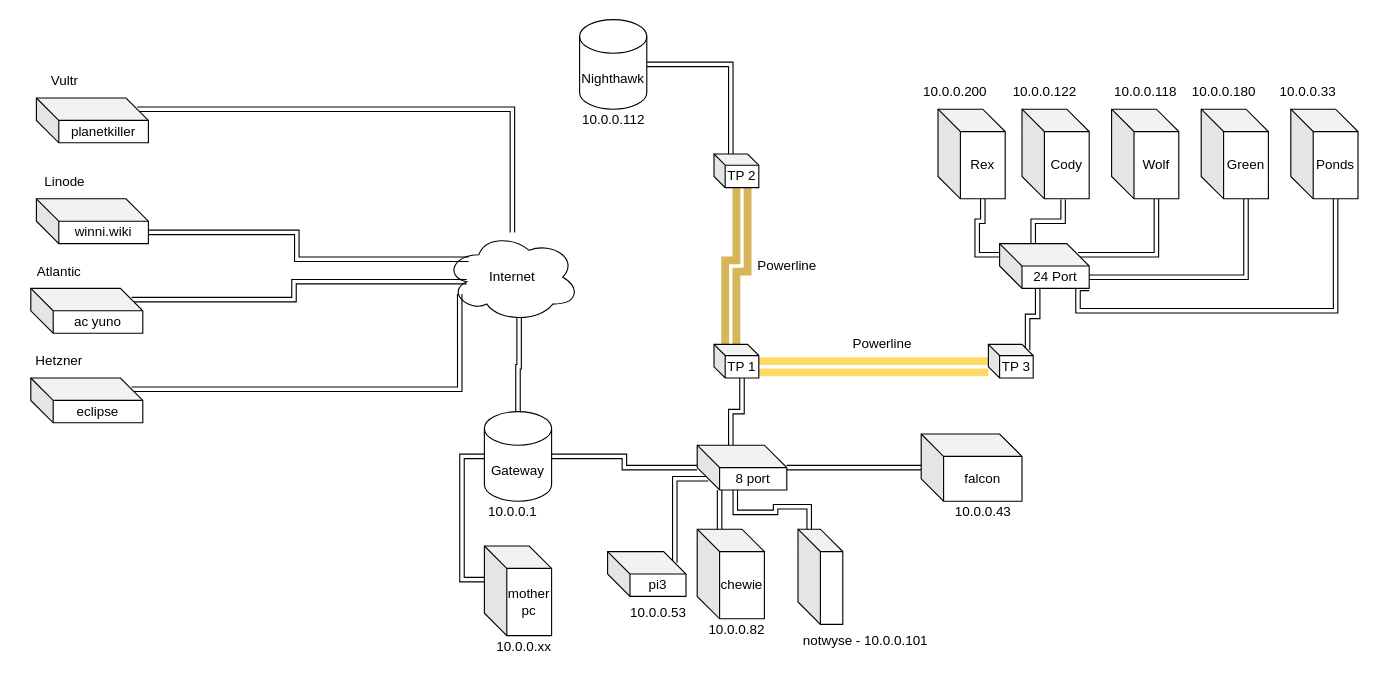
SomethingGeneric/SomethingGeneric keeps this draw.io diagram as infrastructure.drawio. Above is the earlier version. Source tidied: cells renumbered, new cells numbered last; positions are measured from the earlier drawing's top-left corner, leaving out a move shared by most shapes. Both pictures are drawn from the tidied source at 112%, with x=0, y=0 at pixel (19, 19).
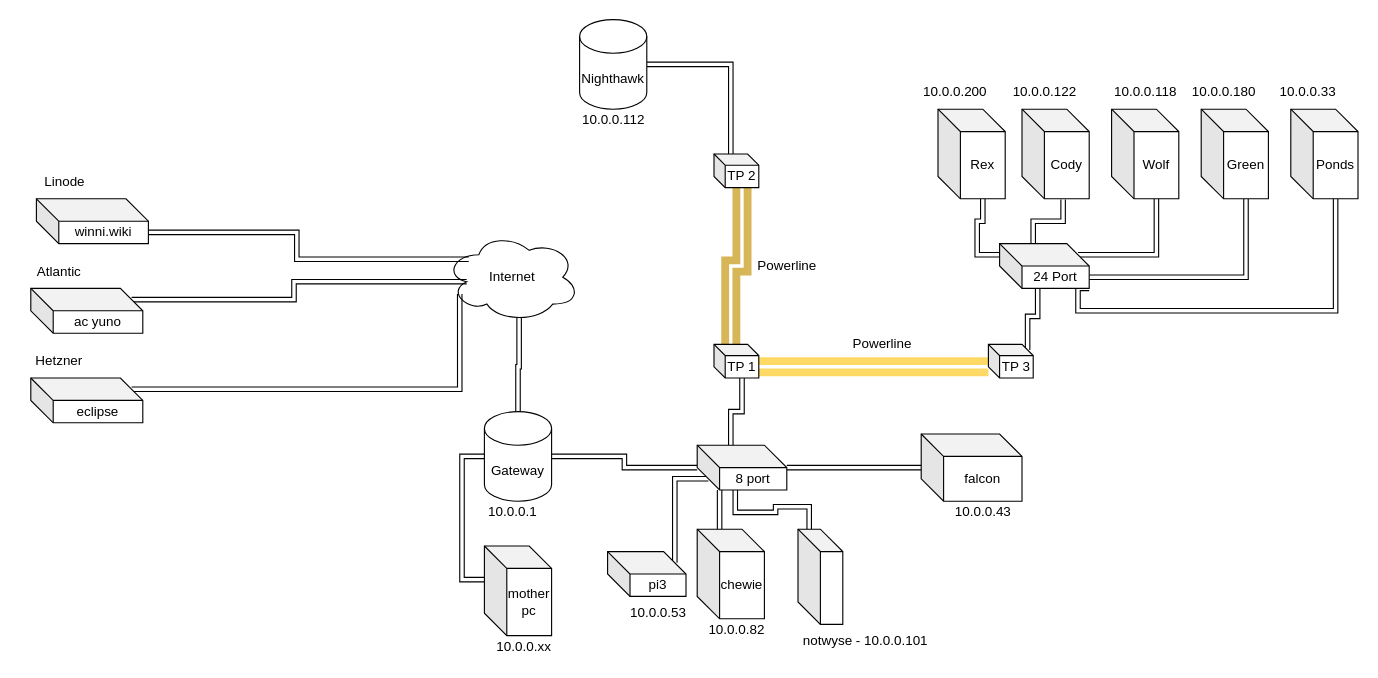
Above is the later version.

Unchanged cells that the change refers to:
```xml
<mxCell id="23" value="Internet" style="ellipse;shape=cloud;whiteSpace=wrap;html=1;" parent="1" vertex="1">
  <mxGeometry x="380" y="190" width="120" height="80" as="geometry" />
</mxCell>
```

Change to the diagram source:
```diff
@@
-    <mxCell id="51" style="edgeStyle=orthogonalEdgeStyle;shape=link;rounded=0;jettySize=auto;html=1;exitX=0;exitY=0;exitDx=90;exitDy=10;exitPerimeter=0;" parent="1" edge="1" source="52" target="23">
-      <mxGeometry relative="1" as="geometry" />
-    </mxCell>
-    <mxCell id="52" value="&lt;div&gt;planetkiller&lt;/div&gt;" style="shape=cube;whiteSpace=wrap;html=1;boundedLbl=1;backgroundOutline=1;darkOpacity=0.05;darkOpacity2=0.1;" parent="1" vertex="1">
-      <mxGeometry x="15" y="70" width="100" height="40" as="geometry" />
-    </mxCell>
-    <mxCell id="53" value="&lt;div&gt;Vultr&lt;br&gt;&lt;/div&gt;" style="text;html=1;align=center;verticalAlign=middle;strokeColor=none;fillColor=none;" parent="1" vertex="1">
-      <mxGeometry x="15" y="40" width="50" height="30" as="geometry" />
-    </mxCell>
```
